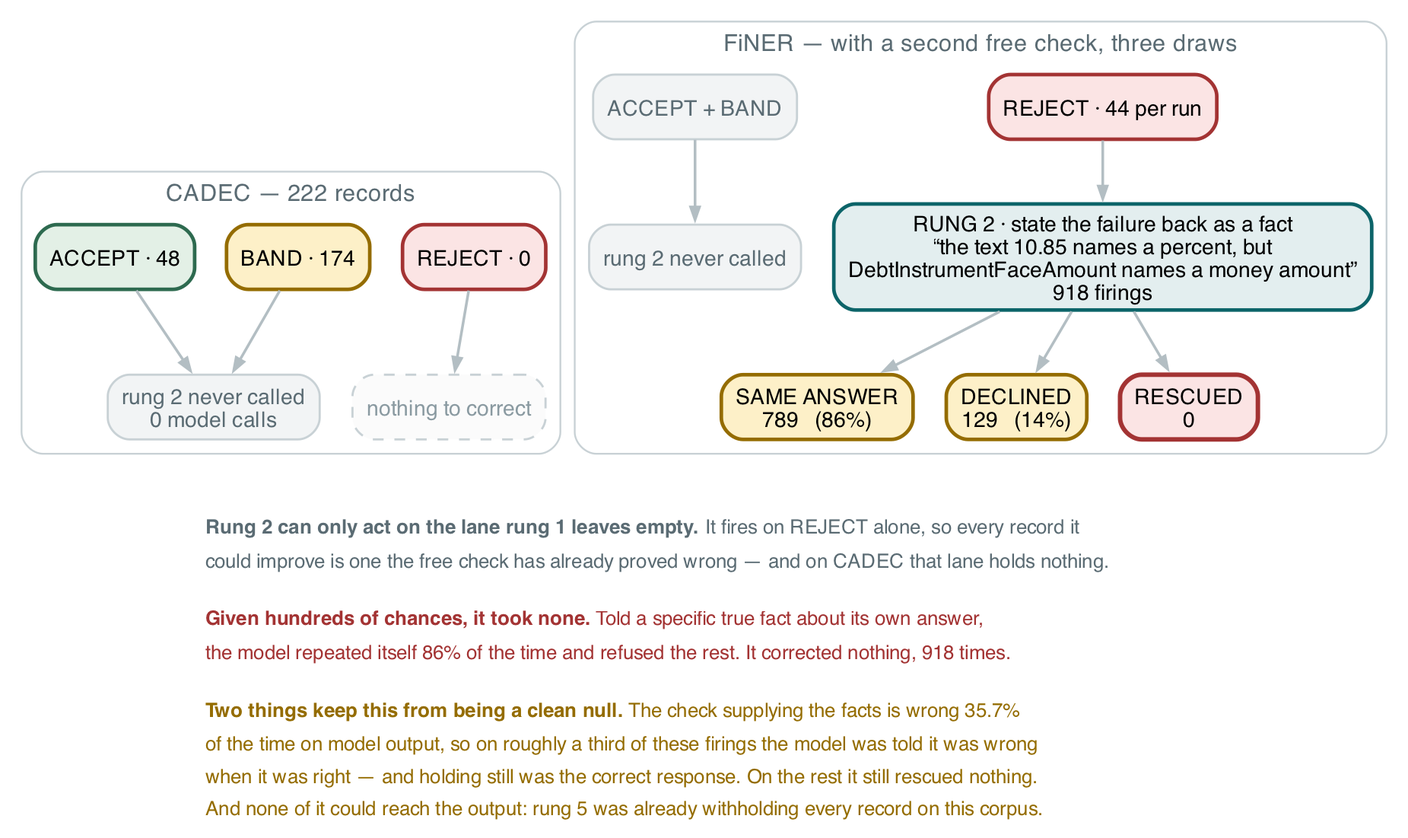
Before: docs/figures/fig13-rung2.png, a diagram exported from Graphviz (wbagais/reliability-ladder). Its source is kept beside it as docs/figures/fig13-rung2.dot.
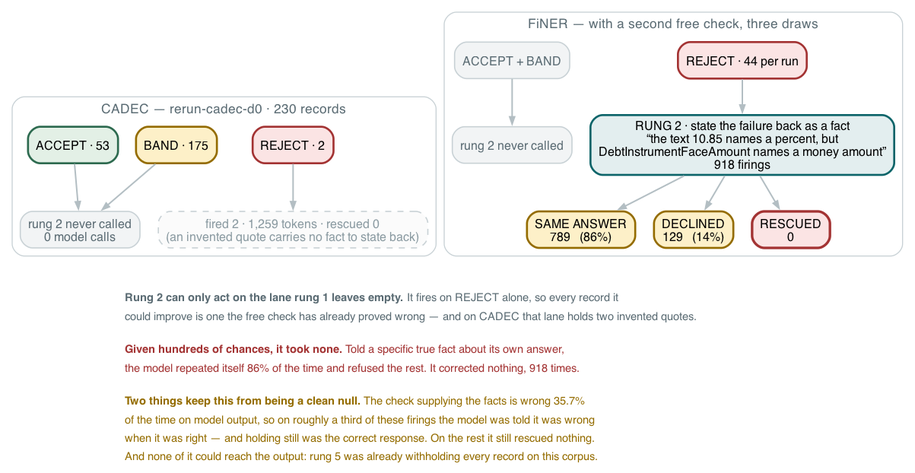
After the change.

The edit, as a diff of the source:
```diff
@@ -5,13 +5,13 @@
   edge [color="#b3bec3" penwidth=1.5 arrowsize=0.7 fontname="Helvetica" fontsize=10];
 
   subgraph cluster_c {
-    label="  CADEC — 222 records  "; fontname="Helvetica"; fontsize=13;
+    label="  CADEC — rerun-cadec-d0 · 230 records  "; fontname="Helvetica"; fontsize=13;
     color="#c8d1d5"; style=rounded; fontcolor="#5a6b73";
-    ca [label="ACCEPT · 48" fillcolor="#e3f0e6" color="#2d6a4f" penwidth=2];
-    cb [label="BAND · 174" fillcolor="#fdf0c8" color="#946c00" penwidth=2];
-    cr [label="REJECT · 0" fillcolor="#fbe4e4" color="#a33333" penwidth=2];
+    ca [label="ACCEPT · 53" fillcolor="#e3f0e6" color="#2d6a4f" penwidth=2];
+    cb [label="BAND · 175" fillcolor="#fdf0c8" color="#946c00" penwidth=2];
+    cr [label="REJECT · 2" fillcolor="#fbe4e4" color="#a33333" penwidth=2];
     cskip [label="rung 2 never called\n0 model calls" fillcolor="#f2f4f5" fontcolor="#5a6b73"];
-    cfire [label="nothing to correct" fillcolor="#fbfbfb" fontcolor="#8a9aa1" style="filled,rounded,dashed"];
+    cfire [label="fired 2 · 1,259 tokens · rescued 0\n(an invented quote carries no fact to state back)" fillcolor="#fbfbfb" fontcolor="#8a9aa1" style="filled,rounded,dashed"];
     ca -> cskip; cb -> cskip; cr -> cfire;
     { rank=same; ca; cb; cr }
   }
@@ -36,7 +36,7 @@
   note [shape=plaintext style="" fillcolor="white"
         label=<<TABLE BORDER="0" CELLBORDER="0" CELLSPACING="0" CELLPADDING="3">
         <TR><TD ALIGN="LEFT"><FONT POINT-SIZE="11" COLOR="#5a6b73"><B>Rung 2 can only act on the lane rung 1 leaves empty.</B> It fires on REJECT alone, so every record it</FONT></TD></TR>
-        <TR><TD ALIGN="LEFT"><FONT POINT-SIZE="11" COLOR="#5a6b73">could improve is one the free check has already proved wrong — and on CADEC that lane holds nothing.</FONT></TD></TR>
+        <TR><TD ALIGN="LEFT"><FONT POINT-SIZE="11" COLOR="#5a6b73">could improve is one the free check has already proved wrong — and on CADEC that lane holds two invented quotes.</FONT></TD></TR>
         <TR><TD ALIGN="LEFT"><FONT POINT-SIZE="8"> </FONT></TD></TR>
         <TR><TD ALIGN="LEFT"><FONT POINT-SIZE="11" COLOR="#a33333"><B>Given hundreds of chances, it took none.</B> Told a specific true fact about its own answer,</FONT></TD></TR>
         <TR><TD ALIGN="LEFT"><FONT POINT-SIZE="11" COLOR="#a33333">the model repeated itself 86% of the time and refused the rest. It corrected nothing, 918 times.</FONT></TD></TR>
```
